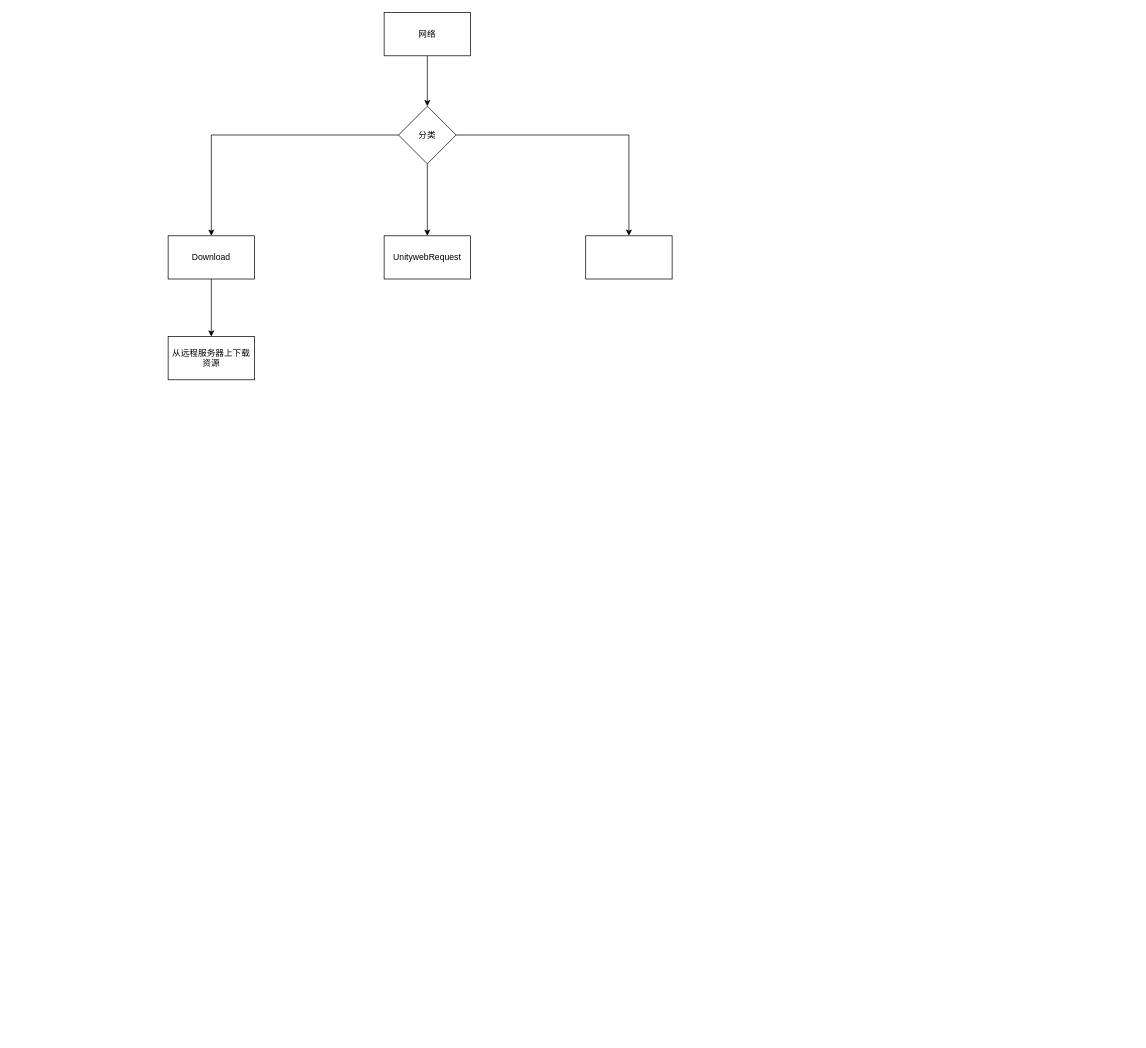
This is Untitled Diagram.drawio from xzp3094997376/DrawIO, a draw.io file, before an edit. Source tidied: cells renumbered, new cells numbered last; positions are measured from the earlier drawing's top-left corner, leaving out a move shared by most shapes. Both pictures are drawn from the tidied source at 72%, with x=0, y=0 at pixel (168, 12).
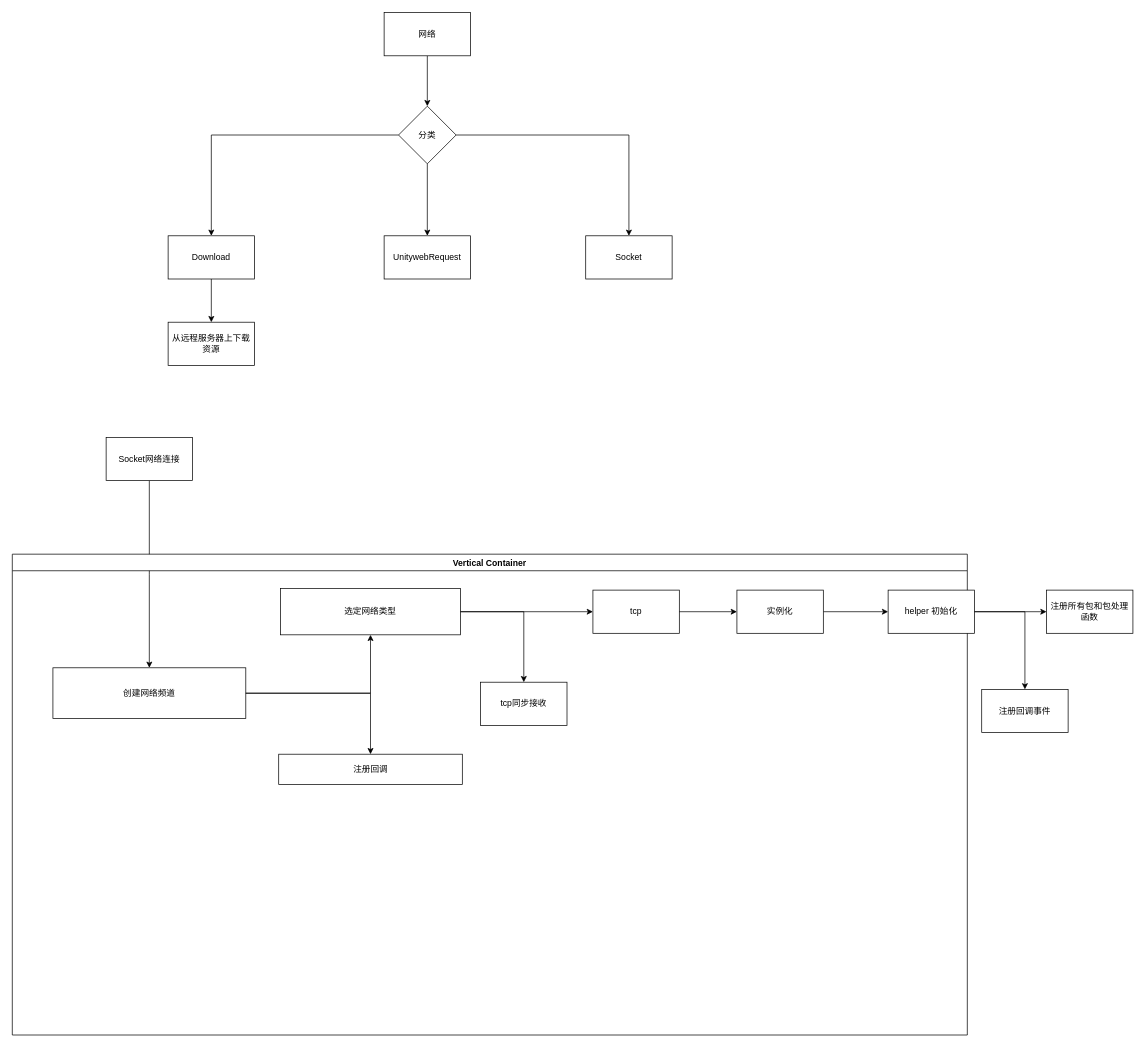
The same diagram, later.

Change to the diagram source:
```diff
@@
-    <mxCell id="11" style="whiteSpace=wrap;html=1;" parent="1" vertex="1">
+    <mxCell id="11" value="Socket&lt;br&gt;" style="whiteSpace=wrap;html=1;" parent="1" vertex="1">
       <mxGeometry x="580" y="310" width="120" height="60" as="geometry" />
     </mxCell>
     <mxCell id="12" value="从远程服务器上下载资源" style="whiteSpace=wrap;html=1;" parent="1" vertex="1">
-      <mxGeometry y="450" width="120" height="60" as="geometry" />
+      <mxGeometry y="430" width="120" height="60" as="geometry" />
     </mxCell>
+    <mxCell id="13" style="edgeStyle=orthogonalEdgeStyle;rounded=0;jettySize=auto;html=1;" parent="1" edge="1" source="14" target="19">
+      <mxGeometry relative="1" as="geometry" />
+    </mxCell>
+    <mxCell id="14" value="Socket网络连接" style="whiteSpace=wrap;html=1;" parent="1" vertex="1">
+      <mxGeometry x="-86.1" y="590" width="120" height="60" as="geometry" />
+    </mxCell>
+    <mxCell id="15" style="group;" parent="1" vertex="1">
+      <mxGeometry x="-20" y="790" width="1130" height="630" as="geometry" />
+    </mxCell>
+    <mxCell id="16" value="Vertical Container" style="swimlane;" parent="15" vertex="1">
+      <mxGeometry x="-196.4" y="-37.8" width="1326.4" height="667.8" as="geometry" />
+    </mxCell>
+    <mxCell id="17" value="选定网络类型" style="whiteSpace=wrap;html=1;" parent="16" vertex="1">
+      <mxGeometry x="372.5" y="47.8" width="250" height="64.2" as="geometry" />
+    </mxCell>
+    <mxCell id="18" value="注册回调" style="whiteSpace=wrap;html=1;" parent="16" vertex="1">
+      <mxGeometry x="370" y="277.8" width="255" height="42.2" as="geometry" />
+    </mxCell>
+    <mxCell id="19" value="创建网络频道" style="whiteSpace=wrap;html=1;" parent="16" vertex="1">
+      <mxGeometry x="56.4" y="157.8" width="267.9" height="70.6" as="geometry" />
+    </mxCell>
+    <mxCell id="20" style="edgeStyle=orthogonalEdgeStyle;rounded=0;jettySize=auto;html=1;" parent="16" edge="1" source="19" target="17">
+      <mxGeometry relative="1" as="geometry" />
+    </mxCell>
+    <mxCell id="21" style="edgeStyle=orthogonalEdgeStyle;rounded=0;jettySize=auto;html=1;" parent="16" edge="1" source="19" target="18">
+      <mxGeometry relative="1" as="geometry" />
+    </mxCell>
+    <mxCell id="22" value="tcp同步接收" style="whiteSpace=wrap;html=1;" parent="16" vertex="1">
+      <mxGeometry x="650.4" y="177.8" width="120" height="60" as="geometry" />
+    </mxCell>
+    <mxCell id="23" style="edgeStyle=orthogonalEdgeStyle;rounded=0;jettySize=auto;html=1;" parent="16" edge="1" source="17" target="22">
+      <mxGeometry relative="1" as="geometry" />
+    </mxCell>
+    <mxCell id="24" value="tcp" style="whiteSpace=wrap;html=1;" parent="16" vertex="1">
+      <mxGeometry x="806.4" y="49.9" width="120" height="60" as="geometry" />
+    </mxCell>
+    <mxCell id="25" style="edgeStyle=orthogonalEdgeStyle;rounded=0;jettySize=auto;html=1;" parent="16" edge="1" source="17" target="24">
+      <mxGeometry relative="1" as="geometry" />
+    </mxCell>
+    <mxCell id="26" style="edgeStyle=orthogonalEdgeStyle;rounded=0;jettySize=auto;html=1;" parent="16" edge="1" source="27" target="29">
+      <mxGeometry relative="1" as="geometry" />
+    </mxCell>
+    <mxCell id="27" value="实例化&lt;br&gt;" style="whiteSpace=wrap;html=1;" parent="16" vertex="1">
+      <mxGeometry x="1006.4" y="49.9" width="120" height="60" as="geometry" />
+    </mxCell>
+    <mxCell id="28" style="edgeStyle=orthogonalEdgeStyle;rounded=0;jettySize=auto;html=1;" parent="16" edge="1" source="24" target="27">
+      <mxGeometry relative="1" as="geometry" />
+    </mxCell>
+    <mxCell id="29" value="helper 初始化" style="whiteSpace=wrap;html=1;" parent="16" vertex="1">
+      <mxGeometry x="1216.4" y="49.9" width="120" height="60" as="geometry" />
+    </mxCell>
+    <mxCell id="30" value="注册所有包和包处理函数" style="whiteSpace=wrap;html=1;" parent="1" vertex="1">
+      <mxGeometry x="1220" y="802.1" width="120" height="60" as="geometry" />
+    </mxCell>
+    <mxCell id="31" style="edgeStyle=orthogonalEdgeStyle;rounded=0;jettySize=auto;html=1;" parent="1" edge="1" source="29" target="30">
+      <mxGeometry relative="1" as="geometry" />
+    </mxCell>
+    <mxCell id="32" value="注册回调事件" style="whiteSpace=wrap;html=1;" parent="1" vertex="1">
+      <mxGeometry x="1130" y="940" width="120" height="60" as="geometry" />
+    </mxCell>
+    <mxCell id="33" style="edgeStyle=orthogonalEdgeStyle;rounded=0;jettySize=auto;html=1;" parent="1" edge="1" source="29" target="32">
+      <mxGeometry relative="1" as="geometry" />
+    </mxCell>
```
